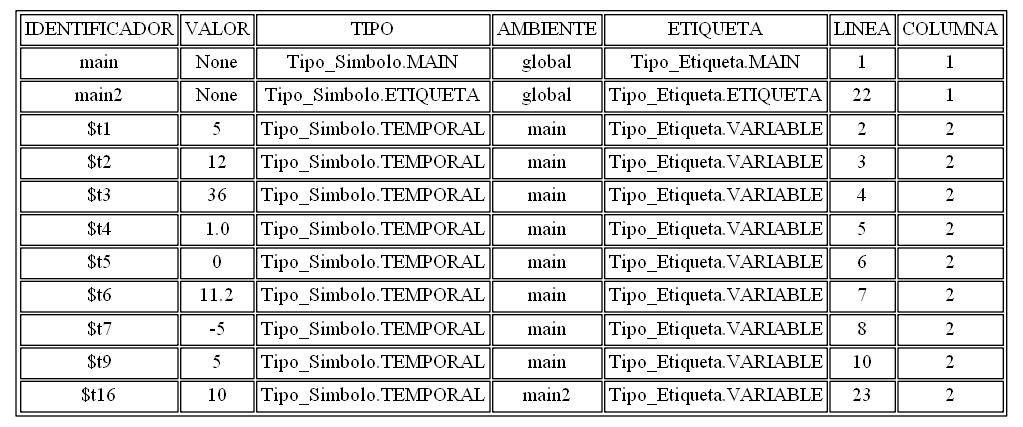
This is tablasimbolos.png from AndreeAvalos/OLC2-AUGUS, a Graphviz export, as it was before one commit. Its source is kept beside it as tablasimbolos.dot.
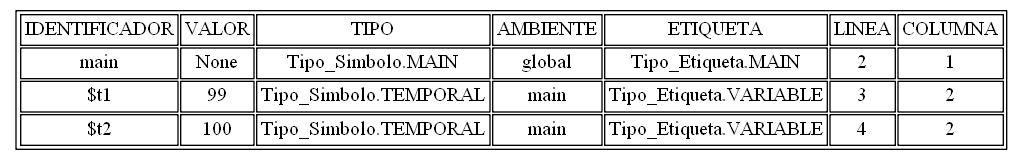
The same diagram one commit later.

What changed in the source:
```diff
@@ -3,17 +3,9 @@
 graph [bb="0,0,352,154"];
 arset [label=<<TABLE ALIGN="LEFT">
 <TR><TD>IDENTIFICADOR</TD><TD>VALOR</TD><TD>TIPO</TD><TD>AMBIENTE</TD><TD>ETIQUETA</TD><TD>LINEA</TD><TD>COLUMNA</TD></TR>
-<TR><TD>main</TD><TD>None</TD><TD>Tipo_Simbolo.MAIN</TD><TD>global</TD><TD>Tipo_Etiqueta.MAIN</TD><TD>1</TD><TD>1</TD></TR>
-<TR><TD>main2</TD><TD>None</TD><TD>Tipo_Simbolo.ETIQUETA</TD><TD>global</TD><TD>Tipo_Etiqueta.ETIQUETA</TD><TD>22</TD><TD>1</TD></TR>
-<TR><TD>$t1</TD><TD>5</TD><TD>Tipo_Simbolo.TEMPORAL</TD><TD>main</TD><TD>Tipo_Etiqueta.VARIABLE</TD><TD>2</TD><TD>2</TD></TR>
-<TR><TD>$t2</TD><TD>12</TD><TD>Tipo_Simbolo.TEMPORAL</TD><TD>main</TD><TD>Tipo_Etiqueta.VARIABLE</TD><TD>3</TD><TD>2</TD></TR>
-<TR><TD>$t3</TD><TD>36</TD><TD>Tipo_Simbolo.TEMPORAL</TD><TD>main</TD><TD>Tipo_Etiqueta.VARIABLE</TD><TD>4</TD><TD>2</TD></TR>
-<TR><TD>$t4</TD><TD>1.0</TD><TD>Tipo_Simbolo.TEMPORAL</TD><TD>main</TD><TD>Tipo_Etiqueta.VARIABLE</TD><TD>5</TD><TD>2</TD></TR>
-<TR><TD>$t5</TD><TD>0</TD><TD>Tipo_Simbolo.TEMPORAL</TD><TD>main</TD><TD>Tipo_Etiqueta.VARIABLE</TD><TD>6</TD><TD>2</TD></TR>
-<TR><TD>$t6</TD><TD>11.2</TD><TD>Tipo_Simbolo.TEMPORAL</TD><TD>main</TD><TD>Tipo_Etiqueta.VARIABLE</TD><TD>7</TD><TD>2</TD></TR>
-<TR><TD>$t7</TD><TD>-5</TD><TD>Tipo_Simbolo.TEMPORAL</TD><TD>main</TD><TD>Tipo_Etiqueta.VARIABLE</TD><TD>8</TD><TD>2</TD></TR>
-<TR><TD>$t9</TD><TD>5</TD><TD>Tipo_Simbolo.TEMPORAL</TD><TD>main</TD><TD>Tipo_Etiqueta.VARIABLE</TD><TD>10</TD><TD>2</TD></TR>
-<TR><TD>$t16</TD><TD>10</TD><TD>Tipo_Simbolo.TEMPORAL</TD><TD>main2</TD><TD>Tipo_Etiqueta.VARIABLE</TD><TD>23</TD><TD>2</TD></TR>
+<TR><TD>main</TD><TD>None</TD><TD>Tipo_Simbolo.MAIN</TD><TD>global</TD><TD>Tipo_Etiqueta.MAIN</TD><TD>2</TD><TD>1</TD></TR>
+<TR><TD>$t1</TD><TD>99</TD><TD>Tipo_Simbolo.TEMPORAL</TD><TD>main</TD><TD>Tipo_Etiqueta.VARIABLE</TD><TD>3</TD><TD>2</TD></TR>
+<TR><TD>$t2</TD><TD>100</TD><TD>Tipo_Simbolo.TEMPORAL</TD><TD>main</TD><TD>Tipo_Etiqueta.VARIABLE</TD><TD>4</TD><TD>2</TD></TR>
 </TABLE>
 >, ];
 }
```
